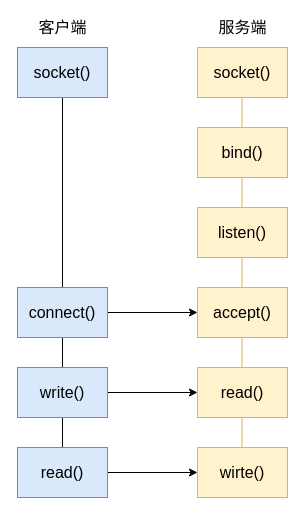
Above: 操作系统/多路复用/未命名绘图.drawio in xiaolincoder/ImageHost4 (draw.io), before the change. Source tidied: cells renumbered, new cells numbered last; positions are measured from the earlier drawing's top-left corner, leaving out a move shared by most shapes. Both pictures are drawn from the tidied source at 100%, with x=0, y=0 at pixel (17, 17).
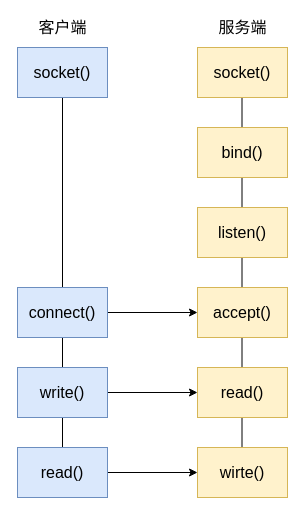
The same page after the edit.

Change to the diagram source:
```diff
@@
 <mxGraphModel>
   <root>
     <mxCell id="0" />
     <mxCell id="1" parent="0" />
-    <mxCell id="2" style="endArrow=none;html=1;fontSize=16;exitX=0.5;exitY=0;exitDx=0;exitDy=0;entryX=0.5;entryY=1;entryDx=0;entryDy=0;fillColor=#fff2cc;strokeColor=#d6b656;" parent="1" edge="1">
+    <mxCell id="2" style="endArrow=none;html=1;fontSize=16;exitX=0.5;exitY=0;exitDx=0;exitDy=0;entryX=0.5;entryY=1;entryDx=0;entryDy=0;fillColor=none;" parent="1" edge="1">
       <mxGeometry relative="1" as="geometry">
         <mxPoint x="224.5" y="430" as="sourcePoint" />
         <mxPoint x="224.5" y="80" as="targetPoint" />
       </mxGeometry>
     </mxCell>
     <mxCell id="3" style="endArrow=none;html=1;fontSize=16;exitX=0.5;exitY=0;exitDx=0;exitDy=0;entryX=0.5;entryY=1;entryDx=0;entryDy=0;" parent="1" edge="1" source="15" target="16">
       <mxGeometry relative="1" as="geometry" />
     </mxCell>
     <mxCell id="4" value="socket()" style="rounded=0;whiteSpace=wrap;html=1;fontSize=16;fillColor=#fff2cc;strokeColor=#d6b656;" parent="1" vertex="1">
       <mxGeometry x="180" y="30" width="90" height="50" as="geometry" />
     </mxCell>
     <mxCell id="5" value="bind()" style="rounded=0;whiteSpace=wrap;html=1;fontSize=16;fillColor=#fff2cc;strokeColor=#d6b656;" parent="1" vertex="1">
       <mxGeometry x="180" y="110" width="90" height="50" as="geometry" />
     </mxCell>
     <mxCell id="6" value="listen()" style="rounded=0;whiteSpace=wrap;html=1;fontSize=16;fillColor=#fff2cc;strokeColor=#d6b656;" parent="1" vertex="1">
       <mxGeometry x="180" y="190" width="90" height="50" as="geometry" />
     </mxCell>
     <mxCell id="7" value="accept()" style="rounded=0;whiteSpace=wrap;html=1;fontSize=16;fillColor=#fff2cc;strokeColor=#d6b656;" parent="1" vertex="1">
       <mxGeometry x="180" y="270" width="90" height="50" as="geometry" />
     </mxCell>
     <mxCell id="8" value="read()" style="rounded=0;whiteSpace=wrap;html=1;fontSize=16;fillColor=#fff2cc;strokeColor=#d6b656;" parent="1" vertex="1">
       <mxGeometry x="180" y="350" width="90" height="50" as="geometry" />
     </mxCell>
     <mxCell id="9" value="wirte()" style="rounded=0;whiteSpace=wrap;html=1;fontSize=16;fillColor=#fff2cc;strokeColor=#d6b656;" parent="1" vertex="1">
       <mxGeometry x="180" y="430" width="90" height="50" as="geometry" />
     </mxCell>
     <mxCell id="10" style="edgeStyle=orthogonalEdgeStyle;rounded=0;jettySize=auto;html=1;fontSize=16;" parent="1" edge="1" source="11" target="7">
       <mxGeometry relative="1" as="geometry" />
     </mxCell>
     <mxCell id="11" value="connect()" style="rounded=0;whiteSpace=wrap;html=1;fontSize=16;fillColor=#dae8fc;strokeColor=#6c8ebf;" parent="1" vertex="1">
       <mxGeometry y="270" width="90" height="50" as="geometry" />
     </mxCell>
     <mxCell id="12" style="edgeStyle=orthogonalEdgeStyle;rounded=0;jettySize=auto;html=1;entryX=0;entryY=0.5;entryDx=0;entryDy=0;fontSize=16;" parent="1" edge="1" source="13" target="8">
       <mxGeometry relative="1" as="geometry" />
     </mxCell>
     <mxCell id="13" value="write()" style="rounded=0;whiteSpace=wrap;html=1;fontSize=16;fillColor=#dae8fc;strokeColor=#6c8ebf;" parent="1" vertex="1">
       <mxGeometry y="350" width="90" height="50" as="geometry" />
     </mxCell>
     <mxCell id="14" style="edgeStyle=orthogonalEdgeStyle;rounded=0;jettySize=auto;html=1;entryX=0;entryY=0.5;entryDx=0;entryDy=0;fontSize=16;" parent="1" edge="1" source="15" target="9">
       <mxGeometry relative="1" as="geometry" />
     </mxCell>
     <mxCell id="15" value="read()" style="rounded=0;whiteSpace=wrap;html=1;fontSize=16;fillColor=#dae8fc;strokeColor=#6c8ebf;" parent="1" vertex="1">
       <mxGeometry y="430" width="90" height="50" as="geometry" />
     </mxCell>
     <mxCell id="16" value="socket()" style="rounded=0;whiteSpace=wrap;html=1;fontSize=16;fillColor=#dae8fc;strokeColor=#6c8ebf;" parent="1" vertex="1">
       <mxGeometry y="30" width="90" height="50" as="geometry" />
     </mxCell>
     <mxCell id="17" value="客户端" style="text;html=1;align=center;verticalAlign=middle;fontSize=16;" parent="1" vertex="1">
       <mxGeometry x="15" width="60" height="20" as="geometry" />
     </mxCell>
     <mxCell id="18" value="服务端" style="text;html=1;align=center;verticalAlign=middle;fontSize=16;" parent="1" vertex="1">
       <mxGeometry x="195" width="60" height="20" as="geometry" />
     </mxCell>
   </root>
 </mxGraphModel>
```
